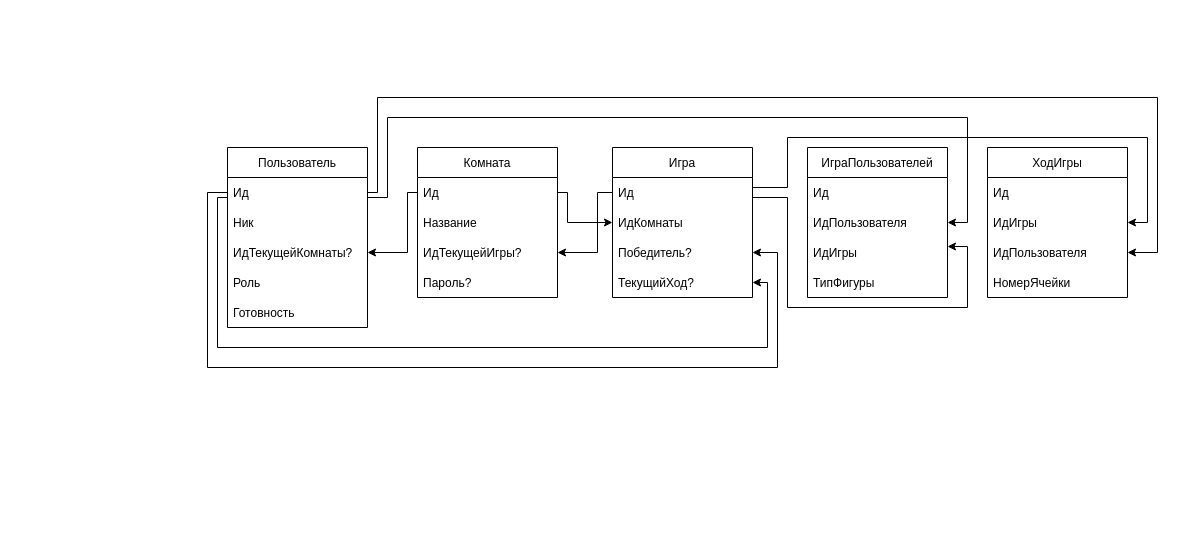
This is XOgame.drawio from chuvakov/Xogame, a draw.io file, before an edit. Source tidied: cells renumbered, new cells numbered last; positions are measured from the earlier drawing's top-left corner, leaving out a move shared by most shapes. Both pictures are drawn from the tidied source at 100%, with x=0, y=0 at pixel (207, 97).
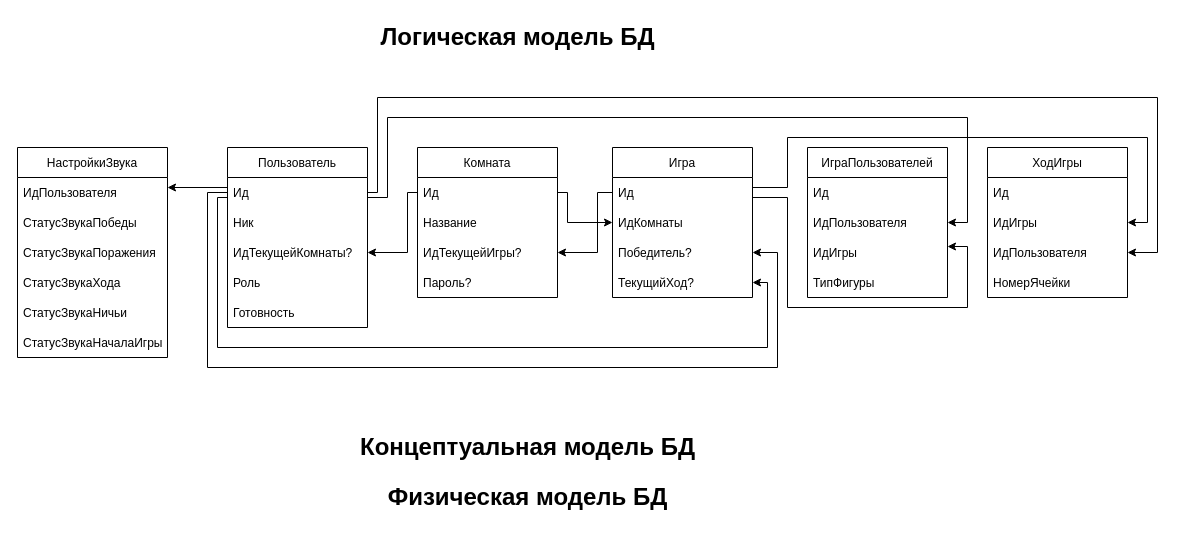
After the change.

Unchanged cells that the change refers to:
```xml
<mxCell id="3" value="Ид" style="text;strokeColor=none;fillColor=none;align=left;verticalAlign=middle;spacingLeft=4;spacingRight=4;overflow=hidden;points=[[0,0.5],[1,0.5]];portConstraint=eastwest;" parent="2" vertex="1">
  <mxGeometry y="30" width="140" height="30" as="geometry" />
</mxCell>
```

Change to the diagram source:
```diff
@@
+    <mxCell id="37" value="НастройкиЗвука" style="swimlane;fontStyle=0;horizontal=1;startSize=30;" parent="1" vertex="1">
+      <mxGeometry x="-190" y="50" width="150" height="210" as="geometry" />
+    </mxCell>
+    <mxCell id="38" value="ИдПользователя" style="text;strokeColor=none;fillColor=none;align=left;verticalAlign=middle;spacingLeft=4;spacingRight=4;overflow=hidden;" parent="37" vertex="1">
+      <mxGeometry y="30" width="150" height="30" as="geometry" />
+    </mxCell>
+    <mxCell id="39" value="СтатусЗвукаПобеды" style="text;strokeColor=none;fillColor=none;align=left;verticalAlign=middle;spacingLeft=4;spacingRight=4;overflow=hidden;" parent="37" vertex="1">
+      <mxGeometry y="60" width="150" height="30" as="geometry" />
+    </mxCell>
+    <mxCell id="40" value="СтатусЗвукаПоражения" style="text;strokeColor=none;fillColor=none;align=left;verticalAlign=middle;spacingLeft=4;spacingRight=4;overflow=hidden;" parent="37" vertex="1">
+      <mxGeometry y="90" width="150" height="30" as="geometry" />
+    </mxCell>
+    <mxCell id="41" value="СтатусЗвукаХода" style="text;strokeColor=none;fillColor=none;align=left;verticalAlign=middle;spacingLeft=4;spacingRight=4;overflow=hidden;" parent="37" vertex="1">
+      <mxGeometry y="120" width="150" height="30" as="geometry" />
+    </mxCell>
+    <mxCell id="42" value="СтатусЗвукаНичьи" style="text;strokeColor=none;fillColor=none;align=left;verticalAlign=middle;spacingLeft=4;spacingRight=4;overflow=hidden;" parent="37" vertex="1">
+      <mxGeometry y="150" width="150" height="30" as="geometry" />
+    </mxCell>
+    <mxCell id="43" value="СтатусЗвукаНачалаИгры" style="text;strokeColor=none;fillColor=none;align=left;verticalAlign=middle;spacingLeft=4;spacingRight=4;overflow=hidden;" parent="37" vertex="1">
+      <mxGeometry y="180" width="150" height="30" as="geometry" />
+    </mxCell>
+    <mxCell id="44" style="edgeStyle=orthogonalEdgeStyle;rounded=0;jettySize=auto;html=1;exitX=0;exitY=0.5;exitDx=0;exitDy=0;" parent="1" edge="1" source="3">
+      <mxGeometry relative="1" as="geometry">
+        <mxPoint x="-40" y="90" as="targetPoint" />
+        <Array as="points">
+          <mxPoint x="20" y="90" />
+          <mxPoint x="-40" y="90" />
+        </Array>
+      </mxGeometry>
+    </mxCell>
+    <mxCell id="45" value="&lt;b&gt;&lt;font style=&quot;font-size: 24px;&quot;&gt;Логическая модель БД&lt;/font&gt;&lt;/b&gt;" style="text;html=1;align=center;verticalAlign=middle;strokeColor=none;fillColor=none;" parent="1" vertex="1">
+      <mxGeometry x="160" y="-80" width="300" height="40" as="geometry" />
+    </mxCell>
+    <mxCell id="46" value="&lt;b&gt;&lt;font style=&quot;font-size: 24px;&quot;&gt;Концептуальная модель БД&lt;/font&gt;&lt;/b&gt;" style="text;html=1;align=center;verticalAlign=middle;strokeColor=none;fillColor=none;" parent="1" vertex="1">
+      <mxGeometry x="140" y="330" width="360" height="40" as="geometry" />
+    </mxCell>
+    <mxCell id="47" value="&lt;b&gt;&lt;font style=&quot;font-size: 24px;&quot;&gt;Физическая модель БД&lt;/font&gt;&lt;/b&gt;" style="text;html=1;align=center;verticalAlign=middle;strokeColor=none;fillColor=none;" parent="1" vertex="1">
+      <mxGeometry x="170" y="380" width="300" height="40" as="geometry" />
+    </mxCell>
```
